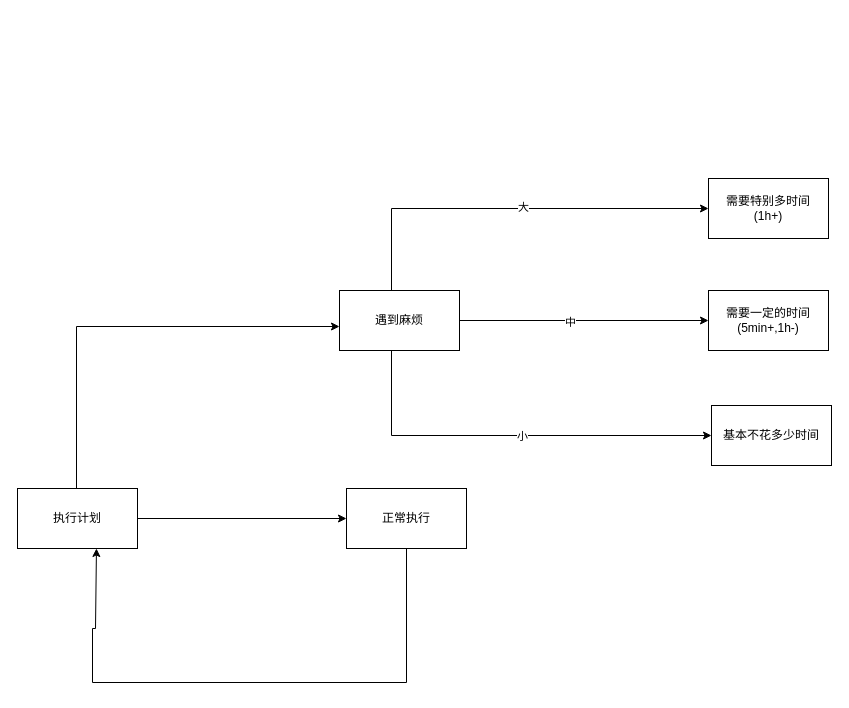
The draw.io diagram page "第 7 页" (7 of 10) of Untitled Diagram.drawio in 1643001598/pdf, before the edit. Source tidied: cells renumbered, new cells numbered last; positions are measured from the earlier drawing's top-left corner, leaving out a move shared by most shapes. Both pictures are drawn from the tidied source at 100%, with x=0, y=0 at pixel (17, 178).
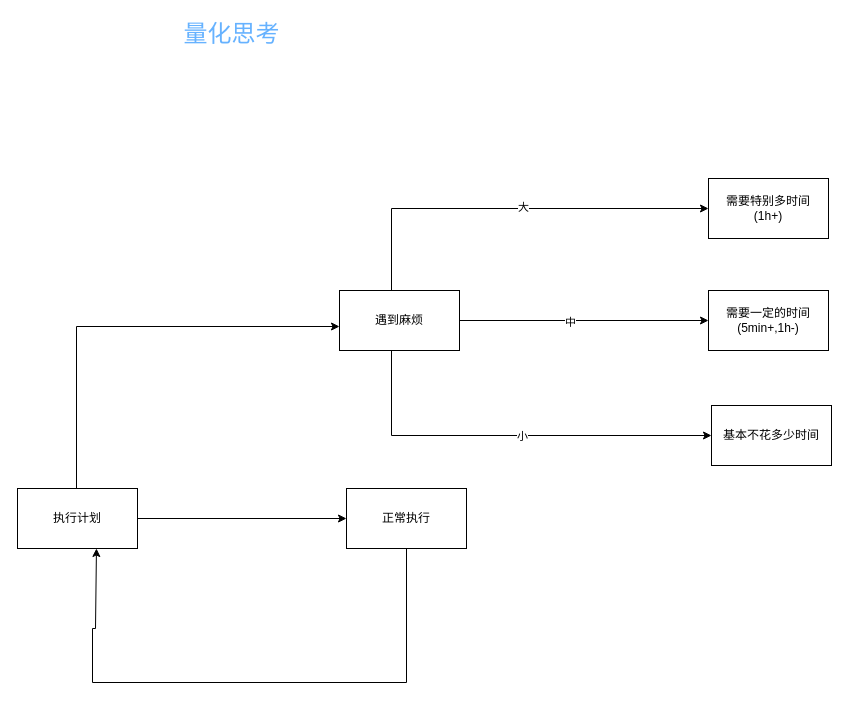
Above is the later version.

The edit, as a diff of the source:
```diff
@@
+    <mxCell id="17" value="&lt;div&gt;量化思考&lt;/div&gt;" style="text;html=1;align=center;verticalAlign=middle;strokeColor=none;fillColor=none;fontSize=24;fontColor=#66B2FF;" parent="1" vertex="1">
+      <mxGeometry x="161" y="-161" width="106" height="33" as="geometry" />
+    </mxCell>
```
